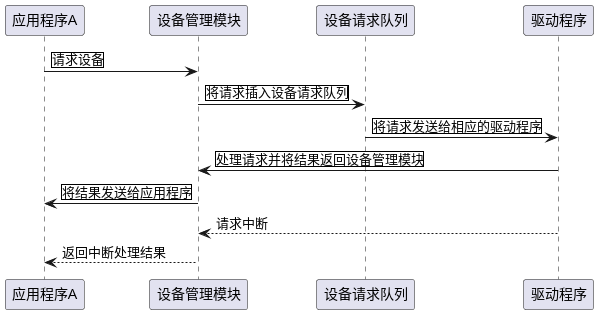
Earlier version of the PlantUML export out/设备管理流程/设备管理流程.png (xyt417/osclass). Source of this version:
```plantuml
@startuml
应用程序A -> 设备管理模块 : |请求设备|
设备管理模块 -> 设备请求队列 : |将请求插入设备请求队列|
设备请求队列 ->  驱动程序 : |将请求发送给相应的驱动程序|
驱动程序 -> 设备管理模块 : |处理请求并将结果返回设备管理模块|
设备管理模块 ->应用程序A : |将结果发送给应用程序|
驱动程序 --> 设备管理模块 : 请求中断
设备管理模块 --> 应用程序A : 返回中断处理结果
@enduml
```
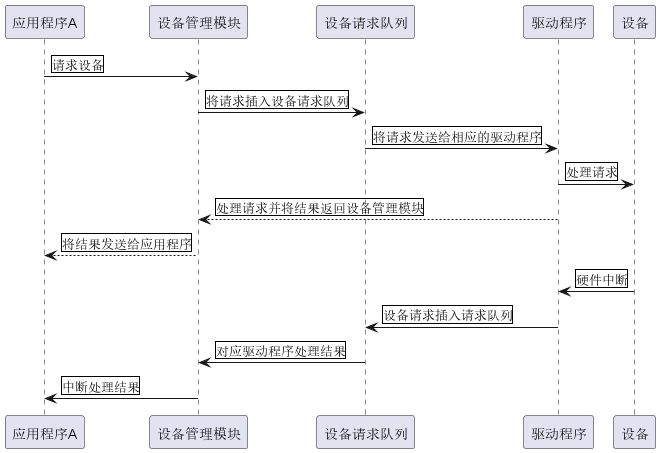
The same file after the commit.

Diff of the diagram source:
```diff
@@ -2,8 +2,12 @@
 应用程序A -> 设备管理模块 : |请求设备|
 设备管理模块 -> 设备请求队列 : |将请求插入设备请求队列|
 设备请求队列 ->  驱动程序 : |将请求发送给相应的驱动程序|
-驱动程序 -> 设备管理模块 : |处理请求并将结果返回设备管理模块|
-设备管理模块 ->应用程序A : |将结果发送给应用程序|
-驱动程序 --> 设备管理模块 : 请求中断
-设备管理模块 --> 应用程序A : 返回中断处理结果
+驱动程序 -> 设备 : |处理请求|
+驱动程序 --> 设备管理模块 : |处理请求并将结果返回设备管理模块|
+设备管理模块 -->应用程序A : |将结果发送给应用程序|
+
+设备 -> 驱动程序 : |硬件中断|
+驱动程序 -> 设备请求队列 : |设备请求插入请求队列|
+设备请求队列 -> 设备管理模块 : |对应驱动程序处理结果|
+设备管理模块 -> 应用程序A : |中断处理结果|
 @enduml
```
